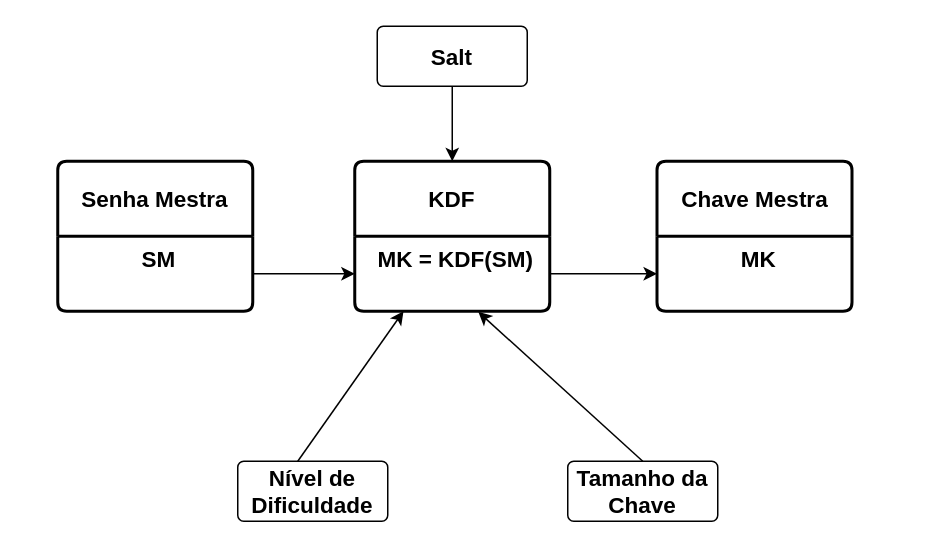
This is conceitos/img/kdf.drawio from abreuferr/criptografia, a draw.io file, before an edit. Source tidied: cells renumbered, new cells numbered last; positions are measured from the earlier drawing's top-left corner, leaving out a move shared by most shapes. Both pictures are drawn from the tidied source at 150%, with x=0, y=0 at pixel (57, 26).
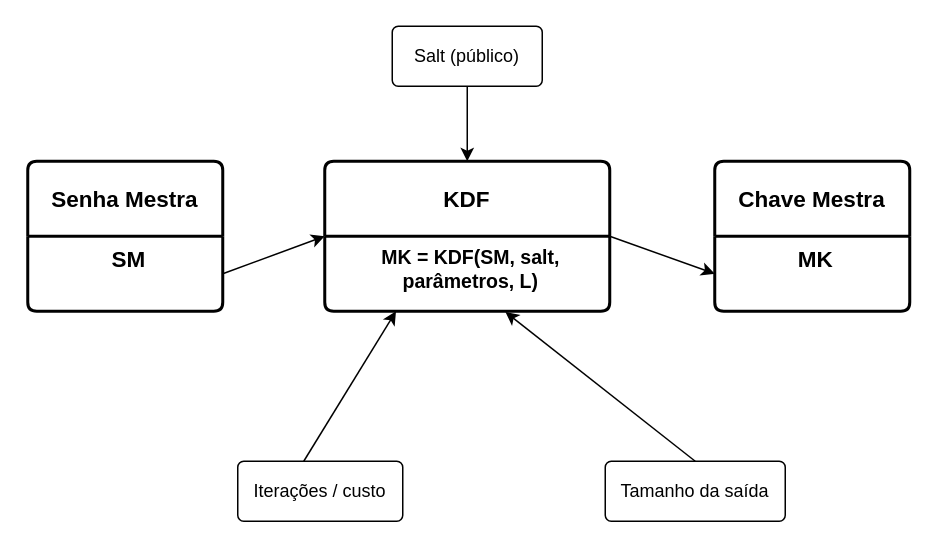
Above is the later version.

Commit message (it also covers changes not shown here):
Melhora explicação e diagrama de KDF

Change to the diagram source:
```diff
@@
 <mxGraphModel>
   <root>
     <mxCell id="0" />
     <mxCell id="1" parent="0" />
     <mxCell id="2" value="&lt;b&gt;&lt;font style=&quot;font-size: 15px;&quot;&gt;KDF&lt;/font&gt;&lt;/b&gt;" style="swimlane;horizontal=1;startSize=50;rounded=1;fontSize=14;fontStyle=0;strokeWidth=2;shadow=0;dashed=0;align=center;arcSize=4;whiteSpace=wrap;html=1;" parent="1" vertex="1">
-      <mxGeometry x="198" y="90" width="130" height="100" as="geometry" />
+      <mxGeometry x="178" y="90" width="190" height="100" as="geometry" />
     </mxCell>
-    <mxCell id="3" value="&lt;b&gt;&lt;font style=&quot;font-size: 15px;&quot;&gt;MK = KDF(SM)&lt;/font&gt;&lt;/b&gt;" style="align=center;strokeColor=none;fillColor=none;spacingLeft=4;fontSize=12;verticalAlign=top;html=1;" parent="2" vertex="1">
-      <mxGeometry y="50" width="130" height="50" as="geometry" />
+    <mxCell id="3" value="&lt;b&gt;&lt;font style=&quot;font-size: 13px;&quot;&gt;MK = KDF(SM, salt,&lt;br&gt;parâmetros, L)&lt;/font&gt;&lt;/b&gt;" style="align=center;strokeColor=none;fillColor=none;spacingLeft=4;fontSize=12;verticalAlign=top;html=1;" parent="2" vertex="1">
+      <mxGeometry y="50" width="190" height="50" as="geometry" />
     </mxCell>
     <mxCell id="4" value="&lt;b&gt;&lt;font style=&quot;font-size: 15px;&quot;&gt;Senha Mestra&lt;/font&gt;&lt;/b&gt;" style="swimlane;horizontal=1;startSize=50;rounded=1;fontSize=14;fontStyle=0;strokeWidth=2;shadow=0;dashed=0;align=center;arcSize=4;whiteSpace=wrap;html=1;" parent="1" vertex="1">
-      <mxGeometry y="90" width="130" height="100" as="geometry" />
+      <mxGeometry x="-20" y="90" width="130" height="100" as="geometry" />
     </mxCell>
     <mxCell id="5" value="&lt;b&gt;&lt;font style=&quot;font-size: 15px;&quot;&gt;SM&lt;/font&gt;&lt;/b&gt;" style="align=center;strokeColor=none;fillColor=none;spacingLeft=4;fontSize=12;verticalAlign=top;html=1;" parent="4" vertex="1">
       <mxGeometry y="50" width="130" height="50" as="geometry" />
     </mxCell>
     <mxCell id="6" value="&lt;b&gt;&lt;font style=&quot;font-size: 15px;&quot;&gt;Chave Mestra&lt;/font&gt;&lt;/b&gt;" style="swimlane;horizontal=1;startSize=50;rounded=1;fontSize=14;fontStyle=0;strokeWidth=2;shadow=0;dashed=0;align=center;arcSize=4;whiteSpace=wrap;html=1;" parent="1" vertex="1">
-      <mxGeometry x="399.5" y="90" width="130" height="100" as="geometry" />
+      <mxGeometry x="438" y="90" width="130" height="100" as="geometry" />
     </mxCell>
     <mxCell id="7" value="&lt;b&gt;&lt;font style=&quot;font-size: 15px;&quot;&gt;MK&lt;/font&gt;&lt;/b&gt;" style="align=center;strokeColor=none;fillColor=none;spacingLeft=4;fontSize=12;verticalAlign=top;html=1;" parent="6" vertex="1">
       <mxGeometry y="50" width="130" height="50" as="geometry" />
     </mxCell>
-    <mxCell id="8" style="endArrow=classic;html=1;rounded=0;exitX=1;exitY=0.5;exitDx=0;exitDy=0;entryX=0;entryY=0.75;entryDx=0;entryDy=0;" parent="1" edge="1" source="5" target="2">
+    <mxCell id="8" style="endArrow=classic;html=1;rounded=0;exitX=1;exitY=0.5;exitDx=0;exitDy=0;entryX=0;entryY=0.5;entryDx=0;entryDy=0;" parent="1" edge="1" source="5" target="2">
       <mxGeometry relative="1" as="geometry" />
     </mxCell>
-    <mxCell id="9" style="endArrow=classic;html=1;rounded=0;exitX=1;exitY=0.5;exitDx=0;exitDy=0;entryX=0;entryY=0.5;entryDx=0;entryDy=0;" parent="1" edge="1" source="3" target="7">
+    <mxCell id="9" style="endArrow=classic;html=1;rounded=0;exitX=1;exitY=0.5;exitDx=0;exitDy=0;entryX=0;entryY=0.5;entryDx=0;entryDy=0;" parent="1" edge="1" source="2" target="7">
       <mxGeometry relative="1" as="geometry" />
     </mxCell>
-    <mxCell id="10" value="&lt;b&gt;&lt;font style=&quot;font-size: 15px;&quot;&gt;Nível de Dificuldade&lt;/font&gt;&lt;/b&gt;" style="rounded=1;arcSize=10;whiteSpace=wrap;html=1;align=center;" parent="1" vertex="1">
-      <mxGeometry x="120" y="290" width="100" height="40" as="geometry" />
+    <mxCell id="10" value="Iterações / custo" style="rounded=1;arcSize=10;whiteSpace=wrap;html=1;align=center;" parent="1" vertex="1">
+      <mxGeometry x="120" y="290" width="110" height="40" as="geometry" />
     </mxCell>
-    <mxCell id="11" value="&lt;b&gt;&lt;font style=&quot;font-size: 15px;&quot;&gt;Tamanho da Chave&lt;/font&gt;&lt;/b&gt;" style="rounded=1;arcSize=10;whiteSpace=wrap;html=1;align=center;" parent="1" vertex="1">
-      <mxGeometry x="340" y="290" width="100" height="40" as="geometry" />
+    <mxCell id="11" value="Tamanho da saída" style="rounded=1;arcSize=10;whiteSpace=wrap;html=1;align=center;" parent="1" vertex="1">
+      <mxGeometry x="365" y="290" width="120" height="40" as="geometry" />
     </mxCell>
-    <mxCell id="12" value="&lt;b&gt;&lt;font style=&quot;font-size: 15px;&quot;&gt;Salt&lt;/font&gt;&lt;/b&gt;" style="rounded=1;arcSize=10;whiteSpace=wrap;html=1;align=center;" parent="1" vertex="1">
-      <mxGeometry x="213" width="100" height="40" as="geometry" />
+    <mxCell id="12" value="Salt (público)" style="rounded=1;arcSize=10;whiteSpace=wrap;html=1;align=center;" parent="1" vertex="1">
+      <mxGeometry x="223" width="100" height="40" as="geometry" />
     </mxCell>
     <mxCell id="13" style="endArrow=classic;html=1;rounded=0;exitX=0.4;exitY=0;exitDx=0;exitDy=0;exitPerimeter=0;entryX=0.25;entryY=1;entryDx=0;entryDy=0;" parent="1" edge="1" source="10" target="3">
       <mxGeometry relative="1" as="geometry" />
     </mxCell>
     <mxCell id="14" style="endArrow=classic;html=1;rounded=0;exitX=0.5;exitY=0;exitDx=0;exitDy=0;entryX=0.634;entryY=1.009;entryDx=0;entryDy=0;entryPerimeter=0;" parent="1" edge="1" source="11" target="3">
       <mxGeometry relative="1" as="geometry" />
     </mxCell>
     <mxCell id="15" style="endArrow=classic;html=1;rounded=0;entryX=0.5;entryY=0;entryDx=0;entryDy=0;exitX=0.5;exitY=1;exitDx=0;exitDy=0;" parent="1" edge="1" source="12" target="2">
       <mxGeometry relative="1" as="geometry" />
     </mxCell>
   </root>
 </mxGraphModel>
```
